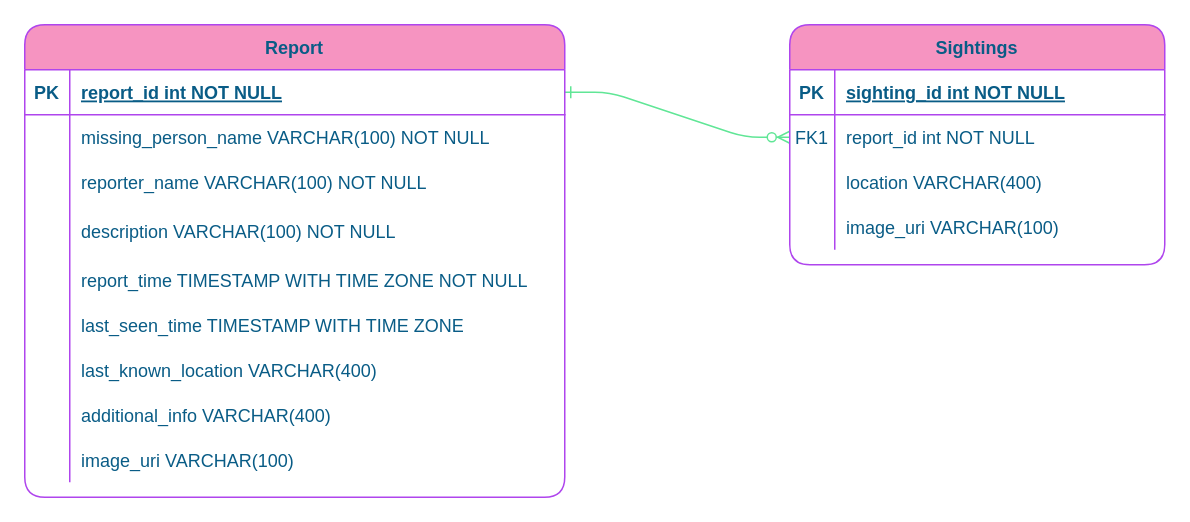
Before: designs/db-design.drawio in RyanCallahan312/missing-persons, a draw.io diagram. Source tidied: cells renumbered, new cells numbered last; positions are measured from the earlier drawing's top-left corner, leaving out a move shared by most shapes. Both pictures are drawn from the tidied source at 150%, with x=0, y=0 at pixel (24, 24).
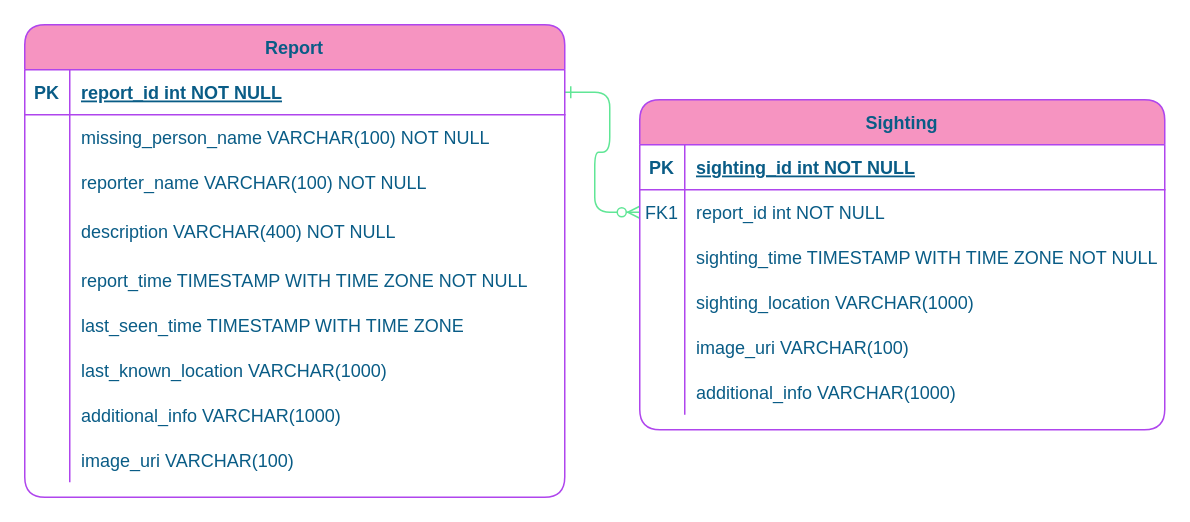
After the change.

The change refers to these unchanged cells:
```xml
<mxCell id="26" style="shape=partialRectangle;fillColor=none;top=0;left=0;bottom=0;right=0;rounded=1;strokeColor=#AF45ED;fontColor=#095C86;" parent="16" vertex="1">
  <mxGeometry y="120" width="360" height="35" as="geometry" />
</mxCell>
<mxCell id="35" style="shape=partialRectangle;fillColor=none;top=0;left=0;bottom=0;right=0;rounded=1;strokeColor=#AF45ED;fontColor=#095C86;" parent="16" vertex="1">
  <mxGeometry y="215" width="360" height="30" as="geometry" />
</mxCell>
<mxCell id="38" style="shape=partialRectangle;fillColor=none;top=0;left=0;bottom=0;right=0;rounded=1;strokeColor=#AF45ED;fontColor=#095C86;" parent="16" vertex="1">
  <mxGeometry y="245" width="360" height="30" as="geometry" />
</mxCell>
```

Change to the diagram source:
```diff
@@
-    <mxCell id="3" value="Sightings" style="shape=table;startSize=30;childLayout=tableLayout;rowLines=0;fontStyle=1;align=center;rounded=1;fillColor=#F694C1;strokeColor=#AF45ED;fontColor=#095C86;" parent="1" vertex="1">
-      <mxGeometry x="510" width="250" height="160" as="geometry" />
+    <mxCell id="3" value="Sighting" style="shape=table;startSize=30;childLayout=tableLayout;rowLines=0;fontStyle=1;align=center;rounded=1;fillColor=#F694C1;strokeColor=#AF45ED;fontColor=#095C86;" parent="1" vertex="1">
+      <mxGeometry x="410" y="50" width="350" height="220" as="geometry" />
     </mxCell>
     <mxCell id="4" style="shape=partialRectangle;fillColor=none;top=0;left=0;right=0;bottom=1;rounded=1;strokeColor=#AF45ED;fontColor=#095C86;" parent="3" vertex="1">
-      <mxGeometry y="30" width="250" height="30" as="geometry" />
+      <mxGeometry y="30" width="350" height="30" as="geometry" />
     </mxCell>
@@
     <mxCell id="6" value="sighting_id int NOT NULL " style="shape=partialRectangle;overflow=hidden;fillColor=none;top=0;left=0;bottom=0;right=0;align=left;spacingLeft=6;fontStyle=5;rounded=1;strokeColor=#AF45ED;fontColor=#095C86;" parent="4" vertex="1">
-      <mxGeometry x="30" width="220" height="30" as="geometry" />
+      <mxGeometry x="30" width="320" height="30" as="geometry" />
     </mxCell>
     <mxCell id="7" style="shape=partialRectangle;fillColor=none;points=[[0,0.5],[1,0.5]];portConstraint=eastwest;top=0;left=0;right=0;bottom=0;rounded=1;strokeColor=#AF45ED;fontColor=#095C86;" parent="3" vertex="1">
-      <mxGeometry y="60" width="250" height="30" as="geometry" />
+      <mxGeometry y="60" width="350" height="30" as="geometry" />
     </mxCell>
@@
     <mxCell id="9" value="report_id int NOT NULL" style="shape=partialRectangle;overflow=hidden;fillColor=none;top=0;left=0;bottom=0;right=0;align=left;spacingLeft=6;rounded=1;strokeColor=#AF45ED;fontColor=#095C86;" parent="7" vertex="1">
-      <mxGeometry x="30" width="220" height="30" as="geometry" />
+      <mxGeometry x="30" width="320" height="30" as="geometry" />
     </mxCell>
+    <mxCell id="44" style="shape=partialRectangle;fillColor=none;top=0;left=0;bottom=0;right=0;strokeColor=#AF45ED;fontColor=#095C86;" parent="3" vertex="1">
+      <mxGeometry y="90" width="350" height="30" as="geometry" />
+    </mxCell>
+    <mxCell id="45" style="shape=partialRectangle;fillColor=none;top=0;left=0;bottom=0;right=0;fontStyle=0;overflow=hidden;strokeColor=#AF45ED;fontColor=#095C86;" parent="44" vertex="1">
+      <mxGeometry width="30" height="30" as="geometry" />
+    </mxCell>
+    <mxCell id="46" value="sighting_time TIMESTAMP WITH TIME ZONE NOT NULL" style="shape=partialRectangle;fillColor=none;top=0;left=0;bottom=0;right=0;align=left;spacingLeft=6;fontStyle=0;overflow=hidden;strokeColor=#AF45ED;fontColor=#095C86;" parent="44" vertex="1">
+      <mxGeometry x="30" width="320" height="30" as="geometry" />
+    </mxCell>
     <mxCell id="10" style="shape=partialRectangle;fillColor=none;top=0;left=0;bottom=0;right=0;rounded=1;strokeColor=#AF45ED;fontColor=#095C86;" parent="3" vertex="1">
-      <mxGeometry y="90" width="250" height="30" as="geometry" />
+      <mxGeometry y="120" width="350" height="30" as="geometry" />
     </mxCell>
@@
-    <mxCell id="12" value="location VARCHAR(400)" style="shape=partialRectangle;fillColor=none;top=0;left=0;bottom=0;right=0;align=left;spacingLeft=6;fontStyle=0;overflow=hidden;rounded=1;strokeColor=#AF45ED;fontColor=#095C86;" parent="10" vertex="1">
-      <mxGeometry x="30" width="220" height="30" as="geometry" />
+    <mxCell id="12" value="sighting_location VARCHAR(1000)" style="shape=partialRectangle;fillColor=none;top=0;left=0;bottom=0;right=0;align=left;spacingLeft=6;fontStyle=0;overflow=hidden;rounded=1;strokeColor=#AF45ED;fontColor=#095C86;" parent="10" vertex="1">
+      <mxGeometry x="30" width="320" height="30" as="geometry" />
     </mxCell>
     <mxCell id="13" style="shape=partialRectangle;fillColor=none;top=0;left=0;right=0;bottom=0;rounded=1;strokeColor=#AF45ED;fontColor=#095C86;" parent="3" vertex="1">
-      <mxGeometry y="120" width="250" height="30" as="geometry" />
+      <mxGeometry y="150" width="350" height="30" as="geometry" />
     </mxCell>
@@
     <mxCell id="15" value="image_uri VARCHAR(100)" style="shape=partialRectangle;overflow=hidden;fillColor=none;top=0;left=0;bottom=0;right=0;align=left;spacingLeft=6;rounded=1;strokeColor=#AF45ED;fontColor=#095C86;" parent="13" vertex="1">
-      <mxGeometry x="30" width="220" height="30" as="geometry" />
+      <mxGeometry x="30" width="320" height="30" as="geometry" />
     </mxCell>
+    <mxCell id="47" style="shape=partialRectangle;fillColor=none;top=0;left=0;bottom=0;right=0;strokeColor=#AF45ED;fontColor=#095C86;" parent="3" vertex="1">
+      <mxGeometry y="180" width="350" height="30" as="geometry" />
+    </mxCell>
+    <mxCell id="48" style="shape=partialRectangle;fillColor=none;top=0;left=0;bottom=0;right=0;fontStyle=0;overflow=hidden;strokeColor=#AF45ED;fontColor=#095C86;" parent="47" vertex="1">
+      <mxGeometry width="30" height="30" as="geometry" />
+    </mxCell>
+    <mxCell id="49" value="additional_info VARCHAR(1000)" style="shape=partialRectangle;fillColor=none;top=0;left=0;bottom=0;right=0;align=left;spacingLeft=6;fontStyle=0;overflow=hidden;strokeColor=#AF45ED;fontColor=#095C86;" parent="47" vertex="1">
+      <mxGeometry x="30" width="320" height="30" as="geometry" />
+    </mxCell>
@@
-    <mxCell id="28" value="description VARCHAR(100) NOT NULL" style="shape=partialRectangle;fillColor=none;top=0;left=0;bottom=0;right=0;align=left;spacingLeft=6;fontStyle=0;overflow=hidden;rounded=1;strokeColor=#AF45ED;fontColor=#095C86;" parent="26" vertex="1">
+    <mxCell id="28" value="description VARCHAR(400) NOT NULL" style="shape=partialRectangle;fillColor=none;top=0;left=0;bottom=0;right=0;align=left;spacingLeft=6;fontStyle=0;overflow=hidden;rounded=1;strokeColor=#AF45ED;fontColor=#095C86;" parent="26" vertex="1">
       <mxGeometry x="30" width="330" height="35" as="geometry" />
     </mxCell>
@@
-    <mxCell id="37" value="last_known_location VARCHAR(400)" style="shape=partialRectangle;fillColor=none;top=0;left=0;bottom=0;right=0;align=left;spacingLeft=6;fontStyle=0;overflow=hidden;rounded=1;strokeColor=#AF45ED;fontColor=#095C86;" parent="35" vertex="1">
+    <mxCell id="37" value="last_known_location VARCHAR(1000)" style="shape=partialRectangle;fillColor=none;top=0;left=0;bottom=0;right=0;align=left;spacingLeft=6;fontStyle=0;overflow=hidden;rounded=1;strokeColor=#AF45ED;fontColor=#095C86;" parent="35" vertex="1">
       <mxGeometry x="30" width="330" height="30" as="geometry" />
     </mxCell>
@@
-    <mxCell id="40" value="additional_info VARCHAR(400)" style="shape=partialRectangle;fillColor=none;top=0;left=0;bottom=0;right=0;align=left;spacingLeft=6;fontStyle=0;overflow=hidden;rounded=1;strokeColor=#AF45ED;fontColor=#095C86;" parent="38" vertex="1">
+    <mxCell id="40" value="additional_info VARCHAR(1000)" style="shape=partialRectangle;fillColor=none;top=0;left=0;bottom=0;right=0;align=left;spacingLeft=6;fontStyle=0;overflow=hidden;rounded=1;strokeColor=#AF45ED;fontColor=#095C86;" parent="38" vertex="1">
       <mxGeometry x="30" width="330" height="30" as="geometry" />
     </mxCell>
```
